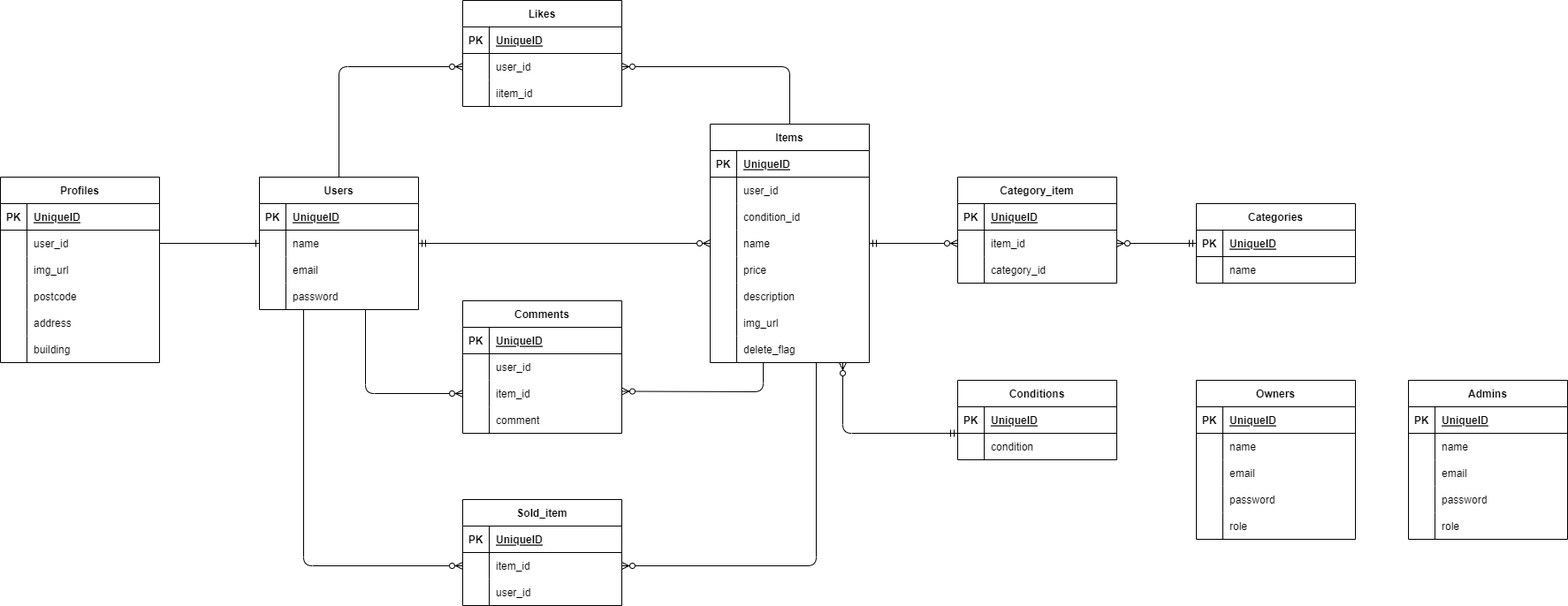
yu-tooo/coachtech-flma keeps this draw.io diagram as storage/image/ER_figure.drawio.png. Above is the earlier version. Source tidied: cells renumbered, new cells last; positions are measured from the earlier drawing's top-left corner, leaving out a move shared by most shapes.
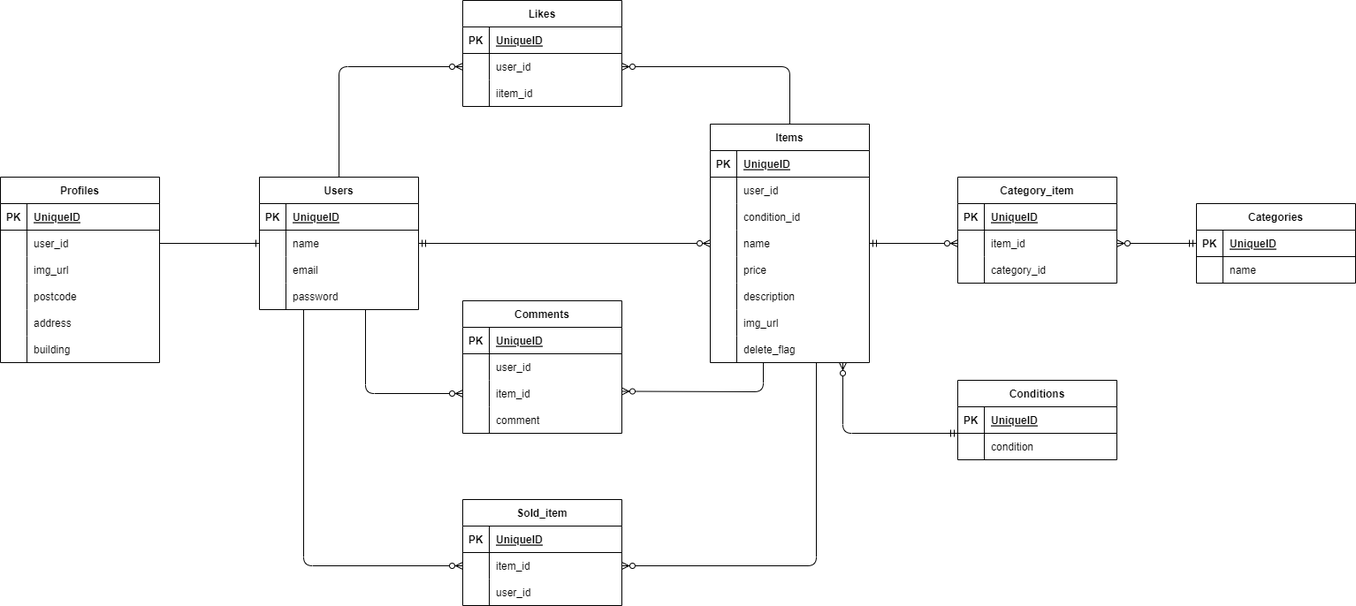
Later version of the same file.

What changed in the source:
```diff
@@ -436,113 +436,11 @@
     <mxCell id="134" style="fontSize=12;html=1;endArrow=ERzeroToMany;startArrow=ERmandOne;strokeColor=#000000;fontColor=#000000;entryX=1;entryY=0.5;entryDx=0;entryDy=0;exitX=0;exitY=0.5;exitDx=0;exitDy=0;" parent="1" edge="1" source="111" target="104">
       <mxGeometry relative="1" as="geometry" />
     </mxCell>
-    <mxCell id="135" value="Owners" style="shape=table;startSize=30;rowLines=0;fontStyle=1;align=center;strokeColor=#000000;fontColor=#000000;fillColor=#FFFFFF;" parent="1" vertex="1">
-      <mxGeometry x="1353" y="430" width="180" height="180" as="geometry" />
-    </mxCell>
-    <mxCell id="136" style="shape=tableRow;horizontal=0;startSize=0;swimlaneHead=0;swimlaneBody=0;fillColor=none;top=0;left=0;right=0;bottom=1;strokeColor=#000000;" parent="135" vertex="1">
-      <mxGeometry y="30" width="180" height="30" as="geometry" />
-    </mxCell>
-    <mxCell id="137" value="PK" style="shape=partialRectangle;fillColor=none;top=0;left=0;bottom=0;right=0;fontStyle=1;overflow=hidden;fontColor=#000000;strokeColor=#000000;" parent="136" vertex="1">
-      <mxGeometry width="30" height="30" as="geometry" />
-    </mxCell>
-    <mxCell id="138" value="UniqueID" style="shape=partialRectangle;fillColor=none;top=0;left=0;bottom=0;right=0;align=left;spacingLeft=6;fontStyle=5;overflow=hidden;strokeColor=#000000;fontColor=#000000;" parent="136" vertex="1">
-      <mxGeometry x="30" width="150" height="30" as="geometry" />
-    </mxCell>
-    <mxCell id="139" style="shape=tableRow;horizontal=0;startSize=0;swimlaneHead=0;swimlaneBody=0;fillColor=none;top=0;left=0;right=0;bottom=0;strokeColor=#000000;" parent="135" vertex="1">
-      <mxGeometry y="60" width="180" height="30" as="geometry" />
-    </mxCell>
-    <mxCell id="140" style="shape=partialRectangle;fillColor=none;top=0;left=0;bottom=0;right=0;overflow=hidden;strokeColor=#000000;" parent="139" vertex="1">
-      <mxGeometry width="30" height="30" as="geometry" />
-    </mxCell>
-    <mxCell id="141" value="name" style="shape=partialRectangle;fillColor=none;top=0;left=0;bottom=0;right=0;align=left;spacingLeft=6;overflow=hidden;fontColor=#000000;strokeColor=#000000;" parent="139" vertex="1">
-      <mxGeometry x="30" width="150" height="30" as="geometry" />
-    </mxCell>
-    <mxCell id="142" style="shape=tableRow;horizontal=0;startSize=0;swimlaneHead=0;swimlaneBody=0;fillColor=none;top=0;left=0;right=0;bottom=0;" parent="135" vertex="1">
-      <mxGeometry y="90" width="180" height="30" as="geometry" />
-    </mxCell>
-    <mxCell id="143" style="shape=partialRectangle;fillColor=none;top=0;left=0;bottom=0;right=0;overflow=hidden;" parent="142" vertex="1">
-      <mxGeometry width="30" height="30" as="geometry" />
-    </mxCell>
-    <mxCell id="144" value="email" style="shape=partialRectangle;fillColor=none;top=0;left=0;bottom=0;right=0;align=left;spacingLeft=6;overflow=hidden;fontColor=#000000;" parent="142" vertex="1">
-      <mxGeometry x="30" width="150" height="30" as="geometry" />
-    </mxCell>
-    <mxCell id="145" style="shape=tableRow;horizontal=0;startSize=0;swimlaneHead=0;swimlaneBody=0;fillColor=none;top=0;left=0;right=0;bottom=0;" parent="135" vertex="1">
-      <mxGeometry y="120" width="180" height="30" as="geometry" />
-    </mxCell>
-    <mxCell id="146" style="shape=partialRectangle;fillColor=none;top=0;left=0;bottom=0;right=0;overflow=hidden;" parent="145" vertex="1">
-      <mxGeometry width="30" height="30" as="geometry" />
-    </mxCell>
-    <mxCell id="147" value="password" style="shape=partialRectangle;fillColor=none;top=0;left=0;bottom=0;right=0;align=left;spacingLeft=6;overflow=hidden;fontColor=#000000;" parent="145" vertex="1">
-      <mxGeometry x="30" width="150" height="30" as="geometry" />
-    </mxCell>
-    <mxCell id="148" style="shape=tableRow;horizontal=0;startSize=0;swimlaneHead=0;swimlaneBody=0;fillColor=none;top=0;left=0;right=0;bottom=0;" parent="135" vertex="1">
-      <mxGeometry y="150" width="180" height="30" as="geometry" />
-    </mxCell>
-    <mxCell id="149" style="shape=partialRectangle;fillColor=none;top=0;left=0;bottom=0;right=0;overflow=hidden;" parent="148" vertex="1">
-      <mxGeometry width="30" height="30" as="geometry" />
-    </mxCell>
-    <mxCell id="150" style="shape=partialRectangle;fillColor=none;top=0;left=0;bottom=0;right=0;align=left;spacingLeft=6;overflow=hidden;fontColor=#000000;" parent="148" vertex="1">
-      <mxGeometry x="30" width="150" height="30" as="geometry" />
-    </mxCell>
     <mxCell id="151" style="shape=tableRow;horizontal=0;startSize=0;swimlaneHead=0;swimlaneBody=0;fillColor=none;top=0;left=0;right=0;bottom=0;" parent="1" vertex="1">
       <mxGeometry x="1353" y="580" width="180" height="30" as="geometry" />
     </mxCell>
     <mxCell id="152" style="shape=partialRectangle;fillColor=none;top=0;left=0;bottom=0;right=0;overflow=hidden;" parent="151" vertex="1">
       <mxGeometry width="30" height="30" as="geometry" />
     </mxCell>
-    <mxCell id="153" value="role" style="shape=partialRectangle;fillColor=none;top=0;left=0;bottom=0;right=0;align=left;spacingLeft=6;overflow=hidden;fontColor=#000000;" parent="151" vertex="1">
-      <mxGeometry x="30" width="150" height="30" as="geometry" />
-    </mxCell>
-    <mxCell id="154" value="Admins" style="shape=table;startSize=30;rowLines=0;fontStyle=1;align=center;strokeColor=#000000;fontColor=#000000;fillColor=#FFFFFF;" parent="1" vertex="1">
-      <mxGeometry x="1593" y="430" width="180" height="180" as="geometry" />
-    </mxCell>
-    <mxCell id="155" style="shape=tableRow;horizontal=0;startSize=0;swimlaneHead=0;swimlaneBody=0;fillColor=none;top=0;left=0;right=0;bottom=1;strokeColor=#000000;" parent="154" vertex="1">
-      <mxGeometry y="30" width="180" height="30" as="geometry" />
-    </mxCell>
-    <mxCell id="156" value="PK" style="shape=partialRectangle;fillColor=none;top=0;left=0;bottom=0;right=0;fontStyle=1;overflow=hidden;fontColor=#000000;strokeColor=#000000;" parent="155" vertex="1">
-      <mxGeometry width="30" height="30" as="geometry" />
-    </mxCell>
-    <mxCell id="157" value="UniqueID" style="shape=partialRectangle;fillColor=none;top=0;left=0;bottom=0;right=0;align=left;spacingLeft=6;fontStyle=5;overflow=hidden;strokeColor=#000000;fontColor=#000000;" parent="155" vertex="1">
-      <mxGeometry x="30" width="150" height="30" as="geometry" />
-    </mxCell>
-    <mxCell id="158" style="shape=tableRow;horizontal=0;startSize=0;swimlaneHead=0;swimlaneBody=0;fillColor=none;top=0;left=0;right=0;bottom=0;strokeColor=#000000;" parent="154" vertex="1">
-      <mxGeometry y="60" width="180" height="30" as="geometry" />
-    </mxCell>
-    <mxCell id="159" style="shape=partialRectangle;fillColor=none;top=0;left=0;bottom=0;right=0;overflow=hidden;strokeColor=#000000;" parent="158" vertex="1">
-      <mxGeometry width="30" height="30" as="geometry" />
-    </mxCell>
-    <mxCell id="160" value="name" style="shape=partialRectangle;fillColor=none;top=0;left=0;bottom=0;right=0;align=left;spacingLeft=6;overflow=hidden;fontColor=#000000;strokeColor=#000000;" parent="158" vertex="1">
-      <mxGeometry x="30" width="150" height="30" as="geometry" />
-    </mxCell>
-    <mxCell id="161" style="shape=tableRow;horizontal=0;startSize=0;swimlaneHead=0;swimlaneBody=0;fillColor=none;top=0;left=0;right=0;bottom=0;" parent="154" vertex="1">
-      <mxGeometry y="90" width="180" height="30" as="geometry" />
-    </mxCell>
-    <mxCell id="162" style="shape=partialRectangle;fillColor=none;top=0;left=0;bottom=0;right=0;overflow=hidden;" parent="161" vertex="1">
-      <mxGeometry width="30" height="30" as="geometry" />
-    </mxCell>
-    <mxCell id="163" value="email" style="shape=partialRectangle;fillColor=none;top=0;left=0;bottom=0;right=0;align=left;spacingLeft=6;overflow=hidden;fontColor=#000000;" parent="161" vertex="1">
-      <mxGeometry x="30" width="150" height="30" as="geometry" />
-    </mxCell>
-    <mxCell id="164" style="shape=tableRow;horizontal=0;startSize=0;swimlaneHead=0;swimlaneBody=0;fillColor=none;top=0;left=0;right=0;bottom=0;" parent="154" vertex="1">
-      <mxGeometry y="120" width="180" height="30" as="geometry" />
-    </mxCell>
-    <mxCell id="165" style="shape=partialRectangle;fillColor=none;top=0;left=0;bottom=0;right=0;overflow=hidden;" parent="164" vertex="1">
-      <mxGeometry width="30" height="30" as="geometry" />
-    </mxCell>
-    <mxCell id="166" value="password" style="shape=partialRectangle;fillColor=none;top=0;left=0;bottom=0;right=0;align=left;spacingLeft=6;overflow=hidden;fontColor=#000000;" parent="164" vertex="1">
-      <mxGeometry x="30" width="150" height="30" as="geometry" />
-    </mxCell>
-    <mxCell id="167" style="shape=tableRow;horizontal=0;startSize=0;swimlaneHead=0;swimlaneBody=0;fillColor=none;top=0;left=0;right=0;bottom=0;" parent="154" vertex="1">
-      <mxGeometry y="150" width="180" height="30" as="geometry" />
-    </mxCell>
-    <mxCell id="168" style="shape=partialRectangle;fillColor=none;top=0;left=0;bottom=0;right=0;overflow=hidden;" parent="167" vertex="1">
-      <mxGeometry width="30" height="30" as="geometry" />
-    </mxCell>
-    <mxCell id="169" style="shape=partialRectangle;fillColor=none;top=0;left=0;bottom=0;right=0;align=left;spacingLeft=6;overflow=hidden;fontColor=#000000;" parent="167" vertex="1">
-      <mxGeometry x="30" width="150" height="30" as="geometry" />
-    </mxCell>
-    <mxCell id="170" value="role" style="shape=partialRectangle;fillColor=none;top=0;left=0;bottom=0;right=0;align=left;spacingLeft=6;overflow=hidden;fontColor=#000000;" parent="1" vertex="1">
-      <mxGeometry x="1623" y="580" width="150" height="30" as="geometry" />
-    </mxCell>
   </root>
 </mxGraphModel>
```
